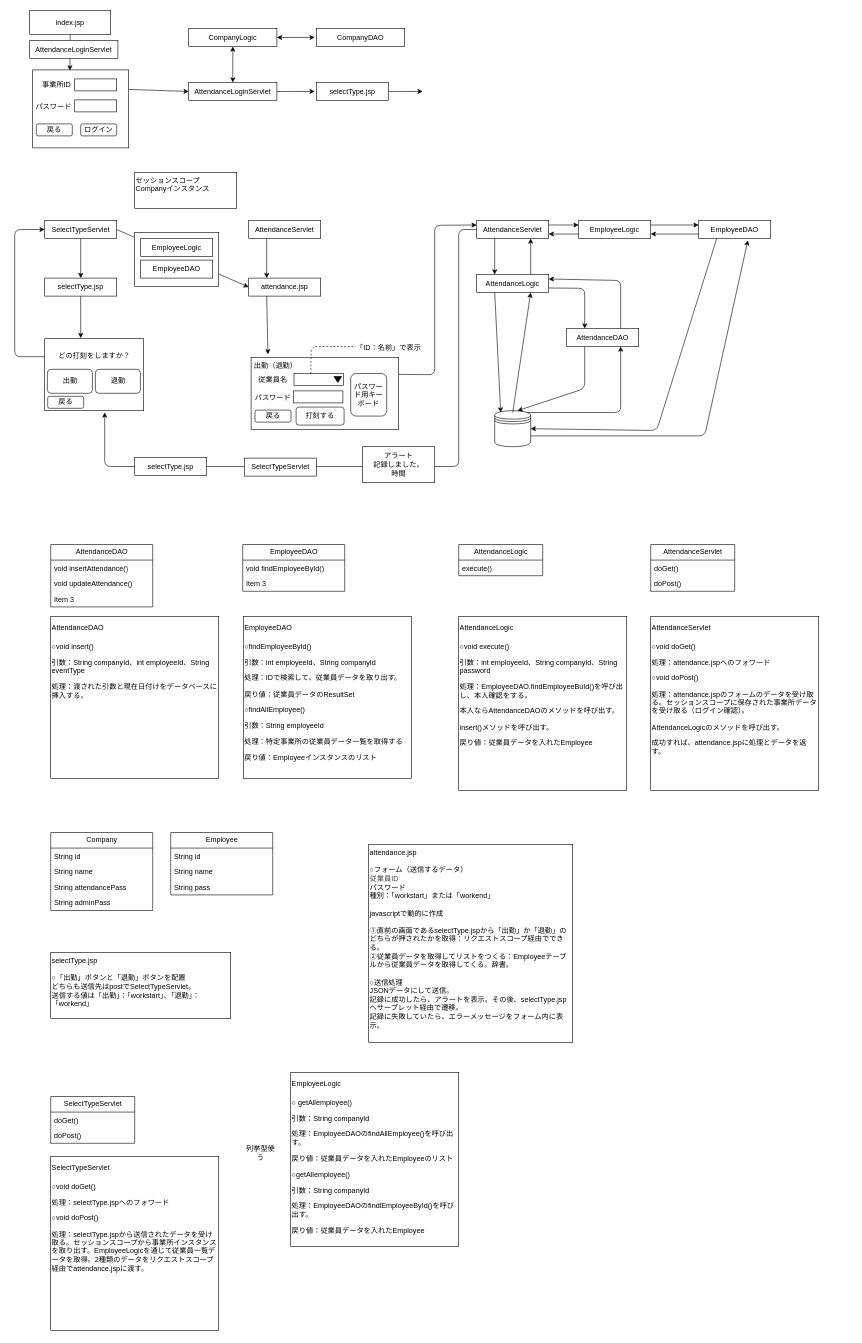
Kura-Hiroshi/Attendance_webapp keeps this draw.io diagram as page "勤怠機能" (5 of 10) of ドキュメント/制作物案.drawio. Above is the earlier version. Source tidied: cells renumbered, new cells numbered last; positions are measured from the earlier drawing's top-left corner, leaving out a move shared by most shapes. Both pictures are drawn from the tidied source at 60%, with x=0, y=0 at pixel (14, 10).
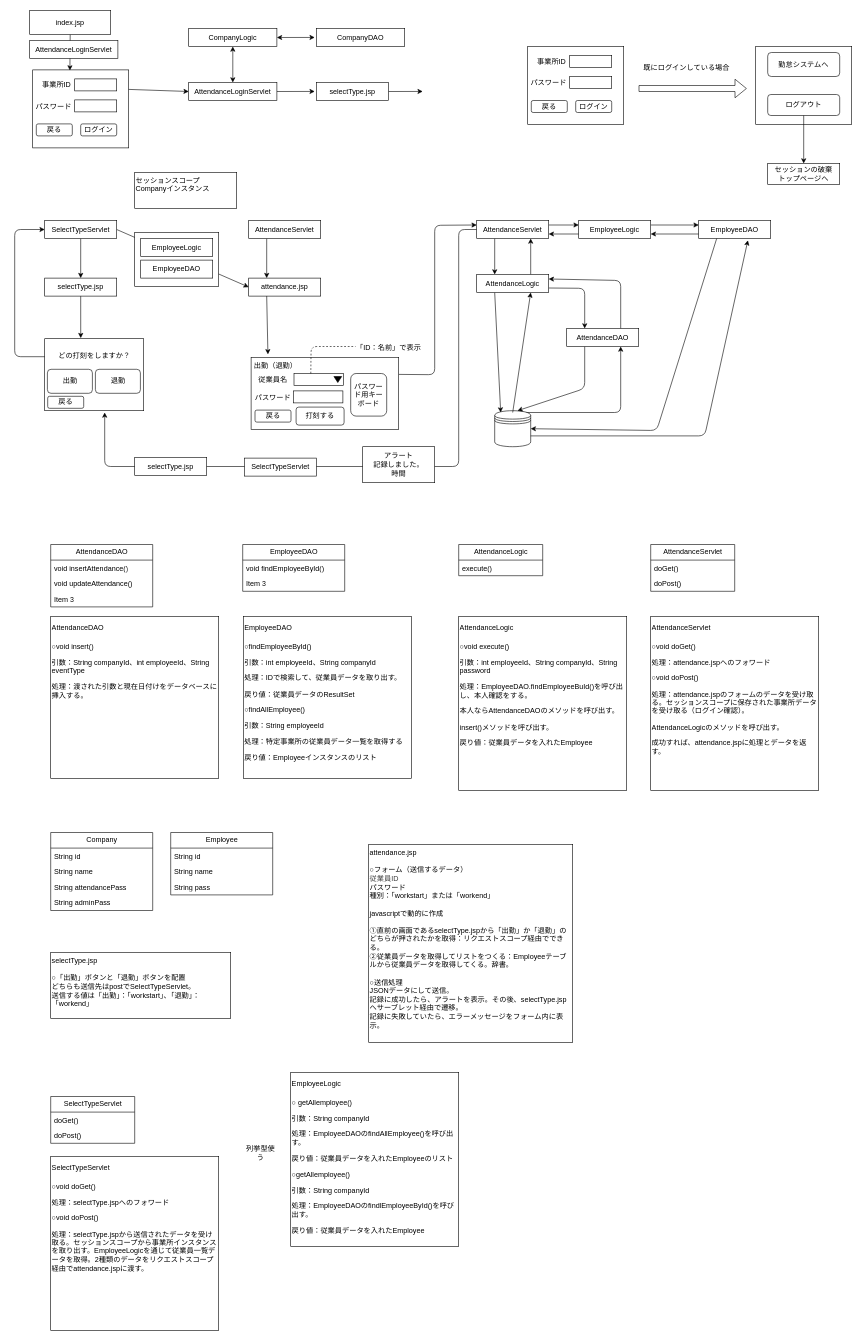
After the change.

What changed in the source:
```diff
@@
+    <mxCell id="113" style="group;" parent="1" vertex="1">
+      <mxGeometry x="850" y="60" width="165" height="130" as="geometry" />
+    </mxCell>
+    <mxCell id="114" style="rounded=0;whiteSpace=wrap;html=1;" parent="113" vertex="1">
+      <mxGeometry x="5" width="160" height="130" as="geometry" />
+    </mxCell>
+    <mxCell id="115" value="事業所ID" style="text;html=1;align=center;verticalAlign=middle;whiteSpace=wrap;rounded=0;" parent="113" vertex="1">
+      <mxGeometry x="15" y="10" width="60" height="30" as="geometry" />
+    </mxCell>
+    <mxCell id="116" style="rounded=0;whiteSpace=wrap;html=1;" parent="113" vertex="1">
+      <mxGeometry x="75" y="15" width="70" height="20" as="geometry" />
+    </mxCell>
+    <mxCell id="117" style="rounded=0;whiteSpace=wrap;html=1;" parent="113" vertex="1">
+      <mxGeometry x="75" y="50" width="70" height="20" as="geometry" />
+    </mxCell>
+    <mxCell id="118" value="パスワード" style="text;html=1;align=center;verticalAlign=middle;whiteSpace=wrap;rounded=0;" parent="113" vertex="1">
+      <mxGeometry y="46" width="80" height="30" as="geometry" />
+    </mxCell>
+    <mxCell id="119" value="ログイン" style="rounded=1;whiteSpace=wrap;html=1;" parent="113" vertex="1">
+      <mxGeometry x="85" y="90" width="60" height="20" as="geometry" />
+    </mxCell>
+    <mxCell id="120" value="戻る" style="rounded=1;whiteSpace=wrap;html=1;" parent="113" vertex="1">
+      <mxGeometry x="11" y="90" width="60" height="20" as="geometry" />
+    </mxCell>
+    <mxCell id="121" style="shape=flexArrow;endArrow=classic;html=1;" parent="1" edge="1">
+      <mxGeometry relative="1" as="geometry">
+        <mxPoint x="1040" y="130" as="sourcePoint" />
+        <mxPoint x="1220" y="130" as="targetPoint" />
+      </mxGeometry>
+    </mxCell>
+    <mxCell id="122" value="既にログインしている場合" style="text;html=1;align=center;verticalAlign=middle;whiteSpace=wrap;rounded=0;" parent="1" vertex="1">
+      <mxGeometry x="1040" y="80" width="160" height="30" as="geometry" />
+    </mxCell>
+    <mxCell id="123" style="group;" parent="1" vertex="1">
+      <mxGeometry x="1230" y="70" width="165" height="130" as="geometry" />
+    </mxCell>
+    <mxCell id="124" style="rounded=0;whiteSpace=wrap;html=1;" parent="123" vertex="1">
+      <mxGeometry x="5" y="-10" width="160" height="130" as="geometry" />
+    </mxCell>
+    <mxCell id="125" value="勤怠システムへ" style="rounded=1;whiteSpace=wrap;html=1;" parent="123" vertex="1">
+      <mxGeometry x="25" width="120" height="40" as="geometry" />
+    </mxCell>
+    <mxCell id="126" value="ログアウト" style="rounded=1;whiteSpace=wrap;html=1;" parent="123" vertex="1">
+      <mxGeometry x="25" y="70" width="120" height="35" as="geometry" />
+    </mxCell>
+    <mxCell id="127" value="セッションの破棄&lt;div&gt;トップページへ&lt;/div&gt;" style="rounded=0;whiteSpace=wrap;html=1;" parent="1" vertex="1">
+      <mxGeometry x="1255" y="255" width="120" height="35" as="geometry" />
+    </mxCell>
+    <mxCell id="128" style="edgeStyle=none;html=1;" parent="1" edge="1" source="126" target="127">
+      <mxGeometry relative="1" as="geometry" />
+    </mxCell>
```
